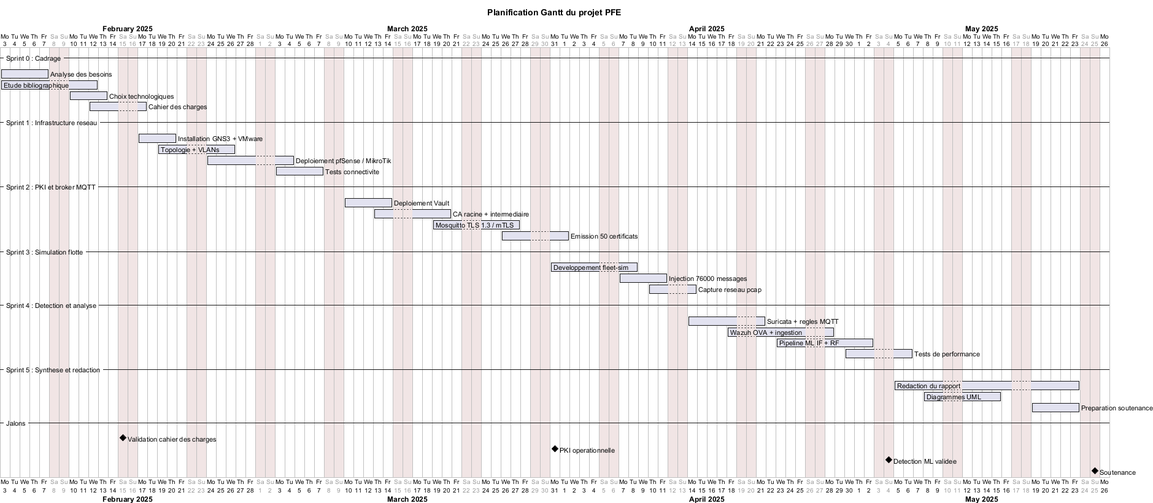
Earlier version of the PlantUML export documentation/rapport3/diagrams/diag-gantt.png (AmineGhannouchi/PFE-IoT-Security-TT).
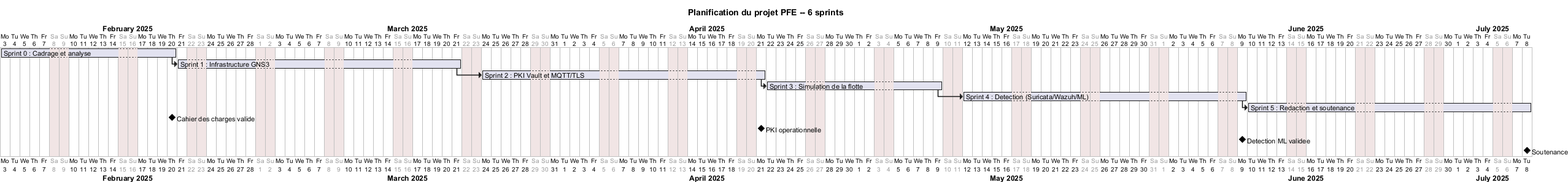
The same file after the commit.

Commit message:
Add Gantt diagram image to project documentation

The edit, as a diff of the source:
```diff
@@ -1,47 +1,25 @@
 @startgantt
-title Planification Gantt du projet PFE
+title Planification du projet PFE -- 6 sprints
 project starts 2025-02-03
 saturday are closed
 sunday are closed
 
--- Sprint 0 : Cadrage --
-[Analyse des besoins] starts 2025-02-03 and lasts 5 days
-[Etude bibliographique] starts 2025-02-03 and lasts 8 days
-[Choix technologiques] starts 2025-02-10 and lasts 4 days
-[Cahier des charges] starts 2025-02-12 and lasts 4 days
+[Sprint 0 : Cadrage et analyse] lasts 14 days
+[Sprint 1 : Infrastructure GNS3] lasts 21 days
+[Sprint 2 : PKI Vault et MQTT/TLS] lasts 21 days
+[Sprint 3 : Simulation de la flotte] lasts 14 days
+[Sprint 4 : Detection (Suricata/Wazuh/ML)] lasts 21 days
+[Sprint 5 : Redaction et soutenance] lasts 21 days
 
--- Sprint 1 : Infrastructure reseau --
-[Installation GNS3 + VMware] starts 2025-02-17 and lasts 4 days
-[Topologie + VLANs] starts 2025-02-19 and lasts 6 days
-[Deploiement pfSense / MikroTik] starts 2025-02-24 and lasts 7 days
-[Tests connectivite] starts 2025-03-03 and lasts 5 days
+[Sprint 1 : Infrastructure GNS3] starts at [Sprint 0 : Cadrage et analyse]'s end
+[Sprint 2 : PKI Vault et MQTT/TLS] starts at [Sprint 1 : Infrastructure GNS3]'s end
+[Sprint 3 : Simulation de la flotte] starts at [Sprint 2 : PKI Vault et MQTT/TLS]'s end
+[Sprint 4 : Detection (Suricata/Wazuh/ML)] starts at [Sprint 3 : Simulation de la flotte]'s end
+[Sprint 5 : Redaction et soutenance] starts at [Sprint 4 : Detection (Suricata/Wazuh/ML)]'s end
 
--- Sprint 2 : PKI et broker MQTT --
-[Deploiement Vault] starts 2025-03-10 and lasts 5 days
-[CA racine + intermediaire] starts 2025-03-13 and lasts 6 days
-[Mosquitto TLS 1.3 / mTLS] starts 2025-03-19 and lasts 7 days
-[Emission 50 certificats] starts 2025-03-26 and lasts 5 days
-
--- Sprint 3 : Simulation flotte --
-[Developpement fleet-sim] starts 2025-03-31 and lasts 7 days
-[Injection 76000 messages] starts 2025-04-07 and lasts 5 days
-[Capture reseau pcap] starts 2025-04-10 and lasts 3 days
-
--- Sprint 4 : Detection et analyse --
-[Suricata + regles MQTT] starts 2025-04-14 and lasts 6 days
-[Wazuh OVA + ingestion] starts 2025-04-18 and lasts 7 days
-[Pipeline ML IF + RF] starts 2025-04-23 and lasts 8 days
-[Tests de performance] starts 2025-04-30 and lasts 5 days
-
--- Sprint 5 : Synthese et redaction --
-[Redaction du rapport] starts 2025-05-05 and lasts 15 days
-[Diagrammes UML] starts 2025-05-08 and lasts 6 days
-[Preparation soutenance] starts 2025-05-19 and lasts 5 days
-
--- Jalons --
-[Validation cahier des charges] happens at 2025-02-15
-[PKI operationnelle] happens at 2025-03-31
-[Detection ML validee] happens at 2025-05-04
-[Soutenance] happens at 2025-05-25
+[Cahier des charges valide] happens at [Sprint 0 : Cadrage et analyse]'s end
+[PKI operationnelle] happens at [Sprint 2 : PKI Vault et MQTT/TLS]'s end
+[Detection ML validee] happens at [Sprint 4 : Detection (Suricata/Wazuh/ML)]'s end
+[Soutenance] happens at [Sprint 5 : Redaction et soutenance]'s end
 
 @endgantt
```
